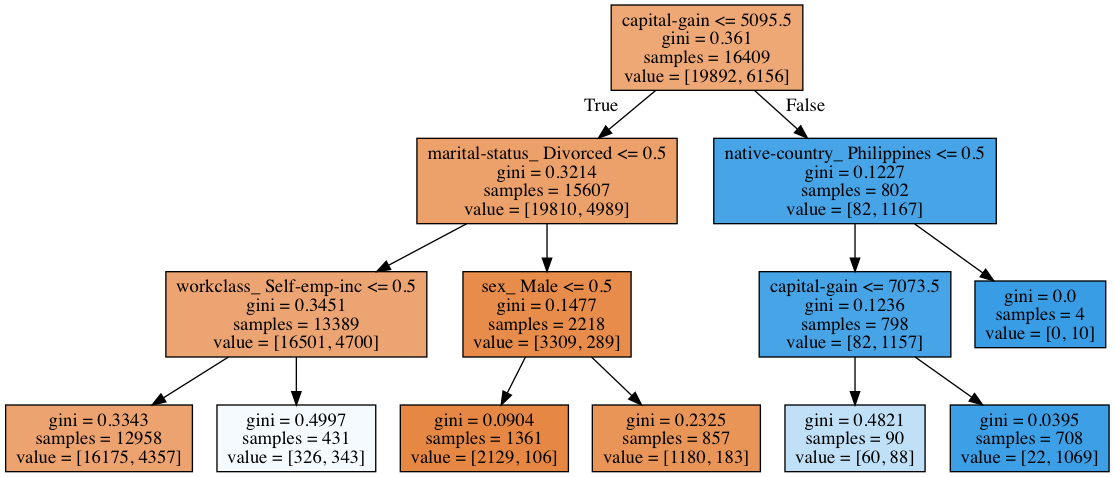
Above: models/tree1.png in shirmeir/notebooks (Graphviz), before the change. Its source is kept beside it as models/tree1.dot.
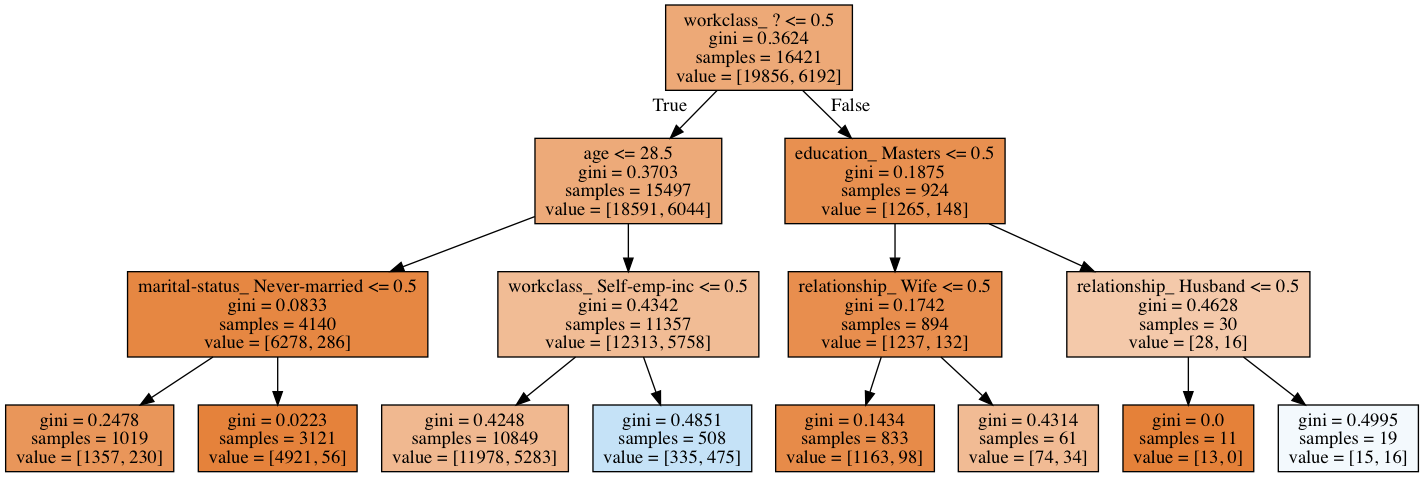
The same diagram one commit later.

Change to the diagram source:
```diff
@@ -1,28 +1,32 @@
 digraph Tree {
 node [shape=box, style="filled", color="black"] ;
-0 [label="capital-gain <= 5095.5\ngini = 0.361\nsamples = 16409\nvalue = [19892, 6156]", fillcolor="#e58139b0"] ;
-1 [label="marital-status_ Divorced <= 0.5\ngini = 0.3214\nsamples = 15607\nvalue = [19810, 4989]", fillcolor="#e58139bf"] ;
+0 [label="workclass_ ? <= 0.5\ngini = 0.3624\nsamples = 16421\nvalue = [19856, 6192]", fillcolor="#e58139af"] ;
+1 [label="age <= 28.5\ngini = 0.3703\nsamples = 15497\nvalue = [18591, 6044]", fillcolor="#e58139ac"] ;
 0 -> 1 [labeldistance=2.5, labelangle=45, headlabel="True"] ;
-2 [label="workclass_ Self-emp-inc <= 0.5\ngini = 0.3451\nsamples = 13389\nvalue = [16501, 4700]", fillcolor="#e58139b6"] ;
+2 [label="marital-status_ Never-married <= 0.5\ngini = 0.0833\nsamples = 4140\nvalue = [6278, 286]", fillcolor="#e58139f3"] ;
 1 -> 2 ;
-3 [label="gini = 0.3343\nsamples = 12958\nvalue = [16175, 4357]", fillcolor="#e58139ba"] ;
+3 [label="gini = 0.2478\nsamples = 1019\nvalue = [1357, 230]", fillcolor="#e58139d4"] ;
 2 -> 3 ;
-4 [label="gini = 0.4997\nsamples = 431\nvalue = [326, 343]", fillcolor="#399de50d"] ;
+4 [label="gini = 0.0223\nsamples = 3121\nvalue = [4921, 56]", fillcolor="#e58139fc"] ;
 2 -> 4 ;
-5 [label="sex_ Male <= 0.5\ngini = 0.1477\nsamples = 2218\nvalue = [3309, 289]", fillcolor="#e58139e9"] ;
+5 [label="workclass_ Self-emp-inc <= 0.5\ngini = 0.4342\nsamples = 11357\nvalue = [12313, 5758]", fillcolor="#e5813988"] ;
 1 -> 5 ;
-6 [label="gini = 0.0904\nsamples = 1361\nvalue = [2129, 106]", fillcolor="#e58139f2"] ;
+6 [label="gini = 0.4248\nsamples = 10849\nvalue = [11978, 5283]", fillcolor="#e581398f"] ;
 5 -> 6 ;
-7 [label="gini = 0.2325\nsamples = 857\nvalue = [1180, 183]", fillcolor="#e58139d7"] ;
+7 [label="gini = 0.4851\nsamples = 508\nvalue = [335, 475]", fillcolor="#399de54b"] ;
 5 -> 7 ;
-8 [label="native-country_ Philippines <= 0.5\ngini = 0.1227\nsamples = 802\nvalue = [82, 1167]", fillcolor="#399de5ed"] ;
+8 [label="education_ Masters <= 0.5\ngini = 0.1875\nsamples = 924\nvalue = [1265, 148]", fillcolor="#e58139e1"] ;
 0 -> 8 [labeldistance=2.5, labelangle=-45, headlabel="False"] ;
-9 [label="capital-gain <= 7073.5\ngini = 0.1236\nsamples = 798\nvalue = [82, 1157]", fillcolor="#399de5ed"] ;
+9 [label="relationship_ Wife <= 0.5\ngini = 0.1742\nsamples = 894\nvalue = [1237, 132]", fillcolor="#e58139e4"] ;
 8 -> 9 ;
-10 [label="gini = 0.4821\nsamples = 90\nvalue = [60, 88]", fillcolor="#399de551"] ;
+10 [label="gini = 0.1434\nsamples = 833\nvalue = [1163, 98]", fillcolor="#e58139ea"] ;
 9 -> 10 ;
-11 [label="gini = 0.0395\nsamples = 708\nvalue = [22, 1069]", fillcolor="#399de5fa"] ;
+11 [label="gini = 0.4314\nsamples = 61\nvalue = [74, 34]", fillcolor="#e581398a"] ;
 9 -> 11 ;
-12 [label="gini = 0.0\nsamples = 4\nvalue = [0, 10]", fillcolor="#399de5ff"] ;
+12 [label="relationship_ Husband <= 0.5\ngini = 0.4628\nsamples = 30\nvalue = [28, 16]", fillcolor="#e581396d"] ;
 8 -> 12 ;
+13 [label="gini = 0.0\nsamples = 11\nvalue = [13, 0]", fillcolor="#e58139ff"] ;
+12 -> 13 ;
+14 [label="gini = 0.4995\nsamples = 19\nvalue = [15, 16]", fillcolor="#399de510"] ;
+12 -> 14 ;
 }
```
